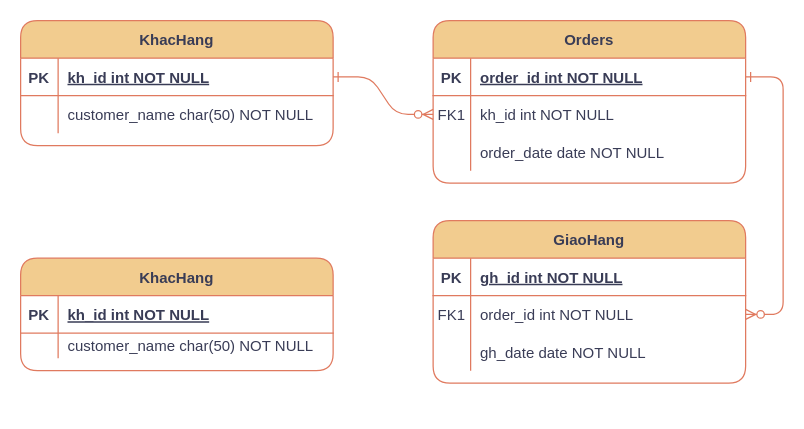
The draw.io diagram Biểu đồ không có tiêu đề.drawio in VoDat-user/VoDat-user, before the edit. Source tidied: cells renumbered, new cells numbered last; positions are measured from the earlier drawing's top-left corner, leaving out a move shared by most shapes. Both pictures are drawn from the tidied source at 125%, with x=0, y=0 at pixel (20, 20).
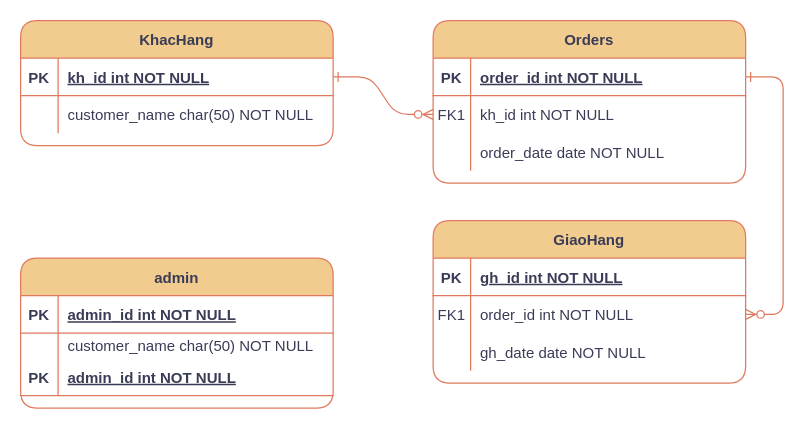
The same diagram, later.

Commit message:
Thuc_The_Ket_Hop

Unchanged cells that the change refers to:
```xml
<mxCell id="32" style="shape=partialRectangle;fillColor=none;top=0;left=0;right=0;bottom=1;labelBackgroundColor=none;strokeColor=#E07A5F;fontColor=#393C56;rounded=1;" parent="31" vertex="1">
  <mxGeometry y="30" width="250" height="30" as="geometry" />
</mxCell>
```

Diff of the diagram source:
```diff
@@
-    <mxCell id="31" value="KhacHang" style="shape=table;startSize=30;childLayout=tableLayout;rowLines=0;fontStyle=1;align=center;labelBackgroundColor=none;fillColor=#F2CC8F;strokeColor=#E07A5F;fontColor=#393C56;rounded=1;" parent="1" vertex="1">
-      <mxGeometry y="190" width="250" height="90" as="geometry" />
+    <mxCell id="31" value="admin" style="shape=table;startSize=30;childLayout=tableLayout;rowLines=0;fontStyle=1;align=center;labelBackgroundColor=none;fillColor=#F2CC8F;strokeColor=#E07A5F;fontColor=#393C56;rounded=1;" parent="1" vertex="1">
+      <mxGeometry y="190" width="250" height="120" as="geometry" />
     </mxCell>
@@
-    <mxCell id="34" value="kh_id int NOT NULL " style="shape=partialRectangle;overflow=hidden;fillColor=none;top=0;left=0;bottom=0;right=0;align=left;spacingLeft=6;fontStyle=5;labelBackgroundColor=none;strokeColor=#E07A5F;fontColor=#393C56;rounded=1;" parent="32" vertex="1">
+    <mxCell id="34" value="admin_id int NOT NULL " style="shape=partialRectangle;overflow=hidden;fillColor=none;top=0;left=0;bottom=0;right=0;align=left;spacingLeft=6;fontStyle=5;labelBackgroundColor=none;strokeColor=#E07A5F;fontColor=#393C56;rounded=1;" parent="32" vertex="1">
       <mxGeometry x="30" width="220" height="30" as="geometry" />
     </mxCell>
@@
+    <mxCell id="38" style="shape=partialRectangle;fillColor=none;top=0;left=0;right=0;bottom=1;labelBackgroundColor=none;strokeColor=#E07A5F;fontColor=#393C56;rounded=1;" parent="31" vertex="1">
+      <mxGeometry y="80" width="250" height="30" as="geometry" />
+    </mxCell>
+    <mxCell id="39" value="PK" style="shape=partialRectangle;overflow=hidden;fillColor=none;top=0;left=0;bottom=0;right=0;fontStyle=1;labelBackgroundColor=none;strokeColor=#E07A5F;fontColor=#393C56;rounded=1;" parent="38" vertex="1">
+      <mxGeometry width="30" height="30" as="geometry" />
+    </mxCell>
+    <mxCell id="40" value="admin_id int NOT NULL " style="shape=partialRectangle;overflow=hidden;fillColor=none;top=0;left=0;bottom=0;right=0;align=left;spacingLeft=6;fontStyle=5;labelBackgroundColor=none;strokeColor=#E07A5F;fontColor=#393C56;rounded=1;" parent="38" vertex="1">
+      <mxGeometry x="30" width="220" height="30" as="geometry" />
+    </mxCell>
```
